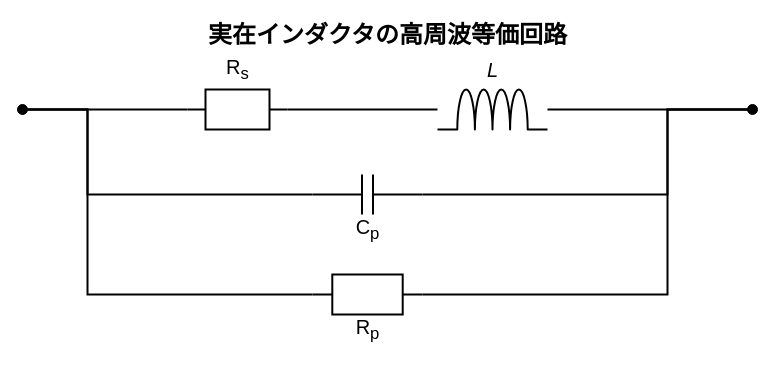
This is figures/real-inductor.drawio from shima-nct/microwave-engineering-tools, a draw.io file, before an edit. Source tidied: cells renumbered, new cells numbered last; positions are measured from the earlier drawing's top-left corner, leaving out a move shared by most shapes. Both pictures are drawn from the tidied source at 100%, with x=0, y=0 at pixel (17, 17).
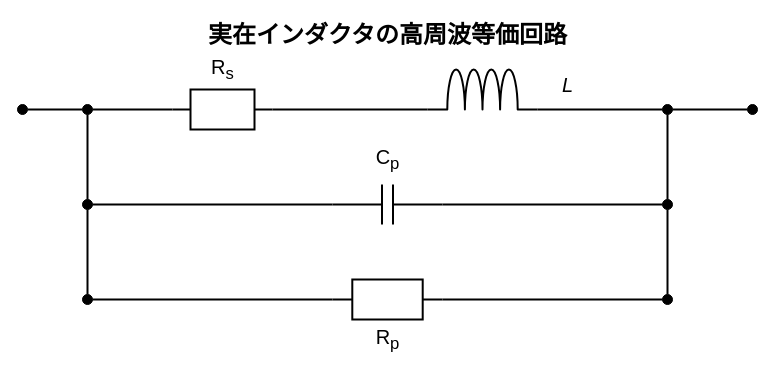
The same diagram, later.

Commit message (it also covers changes not shown here):
fix: rebalance equivalent circuit diagrams

The change refers to these unchanged cells:
```xml
<mxCell id="3" style="ellipse;html=1;fillColor=#000000;strokeColor=#000000;" parent="1" vertex="1">
  <mxGeometry y="87" width="10" height="10" as="geometry" />
</mxCell>
<mxCell id="4" style="ellipse;html=1;fillColor=#000000;strokeColor=#000000;" parent="1" vertex="1">
  <mxGeometry x="730" y="87" width="10" height="10" as="geometry" />
</mxCell>
```

What changed in the source:
```diff
@@
+    <mxCell id="20" style="ellipse;html=1;fillColor=#000000;strokeColor=#000000;" parent="1" vertex="1">
+      <mxGeometry x="65" y="87" width="10" height="10" as="geometry" />
+    </mxCell>
+    <mxCell id="21" style="ellipse;html=1;fillColor=#000000;strokeColor=#000000;" parent="1" vertex="1">
+      <mxGeometry x="65" y="182" width="10" height="10" as="geometry" />
+    </mxCell>
+    <mxCell id="22" style="ellipse;html=1;fillColor=#000000;strokeColor=#000000;" parent="1" vertex="1">
+      <mxGeometry x="65" y="277" width="10" height="10" as="geometry" />
+    </mxCell>
+    <mxCell id="23" style="ellipse;html=1;fillColor=#000000;strokeColor=#000000;" parent="1" vertex="1">
+      <mxGeometry x="645" y="87" width="10" height="10" as="geometry" />
+    </mxCell>
+    <mxCell id="24" style="ellipse;html=1;fillColor=#000000;strokeColor=#000000;" parent="1" vertex="1">
+      <mxGeometry x="645" y="182" width="10" height="10" as="geometry" />
+    </mxCell>
+    <mxCell id="25" style="ellipse;html=1;fillColor=#000000;strokeColor=#000000;" parent="1" vertex="1">
+      <mxGeometry x="645" y="277" width="10" height="10" as="geometry" />
+    </mxCell>
     <mxCell id="5" style="verticalLabelPosition=bottom;shadow=0;dashed=0;align=center;html=1;verticalAlign=top;shape=mxgraph.electrical.resistors.resistor_1;strokeWidth=2;" parent="1" vertex="1">
-      <mxGeometry x="170" y="72" width="100" height="40" as="geometry" />
+      <mxGeometry x="155" y="72" width="100" height="40" as="geometry" />
     </mxCell>
     <mxCell id="6" value="R&lt;sub&gt;s&lt;/sub&gt;" style="text;html=1;align=center;verticalAlign=middle;fontSize=20;strokeColor=none;fillColor=none;" parent="1" vertex="1">
-      <mxGeometry x="190" y="37" width="60" height="30" as="geometry" />
+      <mxGeometry x="175" y="37" width="60" height="30" as="geometry" />
     </mxCell>
     <mxCell id="7" style="verticalLabelPosition=bottom;shadow=0;dashed=0;align=center;html=1;verticalAlign=top;shape=mxgraph.electrical.inductors.inductor_3;strokeWidth=2;" parent="1" vertex="1">
-      <mxGeometry x="420" y="72" width="110" height="40" as="geometry" />
+      <mxGeometry x="410" y="52" width="110" height="40" as="geometry" />
     </mxCell>
     <mxCell id="8" value="L" style="text;html=1;align=center;verticalAlign=middle;fontSize=20;fontStyle=2;strokeColor=none;fillColor=none;" parent="1" vertex="1">
-      <mxGeometry x="450" y="37" width="50" height="30" as="geometry" />
+      <mxGeometry x="525" y="52" width="50" height="30" as="geometry" />
     </mxCell>
     <mxCell id="9" style="verticalLabelPosition=bottom;shadow=0;dashed=0;align=center;html=1;verticalAlign=top;shape=mxgraph.electrical.capacitors.capacitor_1;strokeWidth=2;" parent="1" vertex="1">
-      <mxGeometry x="295" y="157" width="110" height="40" as="geometry" />
+      <mxGeometry x="315" y="167" width="110" height="40" as="geometry" />
     </mxCell>
     <mxCell id="10" value="C&lt;sub&gt;p&lt;/sub&gt;" style="text;html=1;align=center;verticalAlign=middle;fontSize=20;strokeColor=none;fillColor=none;" parent="1" vertex="1">
-      <mxGeometry x="320" y="197" width="60" height="30" as="geometry" />
+      <mxGeometry x="340" y="127" width="60" height="30" as="geometry" />
     </mxCell>
     <mxCell id="11" style="verticalLabelPosition=bottom;shadow=0;dashed=0;align=center;html=1;verticalAlign=top;shape=mxgraph.electrical.resistors.resistor_1;strokeWidth=2;" parent="1" vertex="1">
-      <mxGeometry x="295" y="257" width="110" height="40" as="geometry" />
+      <mxGeometry x="315" y="262" width="110" height="40" as="geometry" />
     </mxCell>
     <mxCell id="12" value="R&lt;sub&gt;p&lt;/sub&gt;" style="text;html=1;align=center;verticalAlign=middle;fontSize=20;strokeColor=none;fillColor=none;" parent="1" vertex="1">
-      <mxGeometry x="320" y="297" width="60" height="30" as="geometry" />
+      <mxGeometry x="340" y="307" width="60" height="30" as="geometry" />
     </mxCell>
-    <mxCell id="13" style="edgeStyle=orthogonalEdgeStyle;rounded=0;html=1;endArrow=none;strokeWidth=2;" parent="1" edge="1" source="3" target="5">
-      <mxGeometry relative="1" as="geometry" />
-    </mxCell>
-    <mxCell id="14" style="edgeStyle=orthogonalEdgeStyle;rounded=0;html=1;endArrow=none;strokeWidth=2;" parent="1" edge="1" source="5" target="7">
-      <mxGeometry relative="1" as="geometry" />
-    </mxCell>
-    <mxCell id="15" style="edgeStyle=orthogonalEdgeStyle;rounded=0;html=1;endArrow=none;strokeWidth=2;" parent="1" edge="1" source="7" target="4">
-      <mxGeometry relative="1" as="geometry" />
-    </mxCell>
-    <mxCell id="16" style="edgeStyle=orthogonalEdgeStyle;rounded=0;html=1;endArrow=none;strokeWidth=2;" parent="1" edge="1" source="3" target="9">
-      <mxGeometry relative="1" as="geometry">
-        <Array as="points">
-          <mxPoint x="70" y="177" />
-        </Array>
-      </mxGeometry>
-    </mxCell>
-    <mxCell id="17" style="edgeStyle=orthogonalEdgeStyle;rounded=0;html=1;endArrow=none;strokeWidth=2;" parent="1" edge="1" source="9" target="4">
-      <mxGeometry relative="1" as="geometry">
-        <Array as="points">
-          <mxPoint x="650" y="177" />
-        </Array>
-      </mxGeometry>
-    </mxCell>
-    <mxCell id="18" style="edgeStyle=orthogonalEdgeStyle;rounded=0;html=1;endArrow=none;strokeWidth=2;" parent="1" edge="1" source="3" target="11">
-      <mxGeometry relative="1" as="geometry">
-        <Array as="points">
-          <mxPoint x="70" y="277" />
-        </Array>
-      </mxGeometry>
-    </mxCell>
-    <mxCell id="19" style="edgeStyle=orthogonalEdgeStyle;rounded=0;html=1;endArrow=none;strokeWidth=2;" parent="1" edge="1" source="11" target="4">
-      <mxGeometry relative="1" as="geometry">
-        <Array as="points">
-          <mxPoint x="650" y="277" />
-        </Array>
-      </mxGeometry>
-    </mxCell>
+    <mxCell id="26" style="edgeStyle=none;rounded=0;html=1;endArrow=none;strokeWidth=2;" parent="1" edge="1" source="3" target="20">
+      <mxGeometry relative="1" as="geometry" />
+    </mxCell>
+    <mxCell id="27" style="edgeStyle=none;rounded=0;html=1;endArrow=none;strokeWidth=2;" parent="1" edge="1" source="20" target="21">
+      <mxGeometry relative="1" as="geometry" />
+    </mxCell>
+    <mxCell id="28" style="edgeStyle=none;rounded=0;html=1;endArrow=none;strokeWidth=2;" parent="1" edge="1" source="21" target="22">
+      <mxGeometry relative="1" as="geometry" />
+    </mxCell>
+    <mxCell id="29" style="edgeStyle=none;rounded=0;html=1;endArrow=none;strokeWidth=2;" parent="1" edge="1" source="23" target="24">
+      <mxGeometry relative="1" as="geometry" />
+    </mxCell>
+    <mxCell id="30" style="edgeStyle=none;rounded=0;html=1;endArrow=none;strokeWidth=2;" parent="1" edge="1" source="24" target="25">
+      <mxGeometry relative="1" as="geometry" />
+    </mxCell>
+    <mxCell id="31" style="edgeStyle=none;rounded=0;html=1;endArrow=none;strokeWidth=2;" parent="1" edge="1" source="23" target="4">
+      <mxGeometry relative="1" as="geometry" />
+    </mxCell>
+    <mxCell id="32" style="edgeStyle=none;rounded=0;html=1;endArrow=none;strokeWidth=2;" parent="1" edge="1" source="20" target="5">
+      <mxGeometry relative="1" as="geometry" />
+    </mxCell>
+    <mxCell id="33" style="edgeStyle=none;rounded=0;html=1;endArrow=none;strokeWidth=2;" parent="1" edge="1" source="5">
+      <mxGeometry relative="1" as="geometry">
+        <mxPoint x="410" y="92" as="targetPoint" />
+      </mxGeometry>
+    </mxCell>
+    <mxCell id="34" style="edgeStyle=none;rounded=0;html=1;endArrow=none;strokeWidth=2;" parent="1" edge="1" target="23">
+      <mxGeometry relative="1" as="geometry">
+        <mxPoint x="520" y="92" as="sourcePoint" />
+      </mxGeometry>
+    </mxCell>
+    <mxCell id="35" style="edgeStyle=none;rounded=0;html=1;endArrow=none;strokeWidth=2;" parent="1" edge="1" source="21" target="9">
+      <mxGeometry relative="1" as="geometry" />
+    </mxCell>
+    <mxCell id="36" style="edgeStyle=none;rounded=0;html=1;endArrow=none;strokeWidth=2;" parent="1" edge="1" source="9" target="24">
+      <mxGeometry relative="1" as="geometry" />
+    </mxCell>
+    <mxCell id="37" style="edgeStyle=none;rounded=0;html=1;endArrow=none;strokeWidth=2;" parent="1" edge="1" source="22" target="11">
+      <mxGeometry relative="1" as="geometry" />
+    </mxCell>
+    <mxCell id="38" style="edgeStyle=none;rounded=0;html=1;endArrow=none;strokeWidth=2;" parent="1" edge="1" source="11" target="25">
+      <mxGeometry relative="1" as="geometry" />
+    </mxCell>
```
